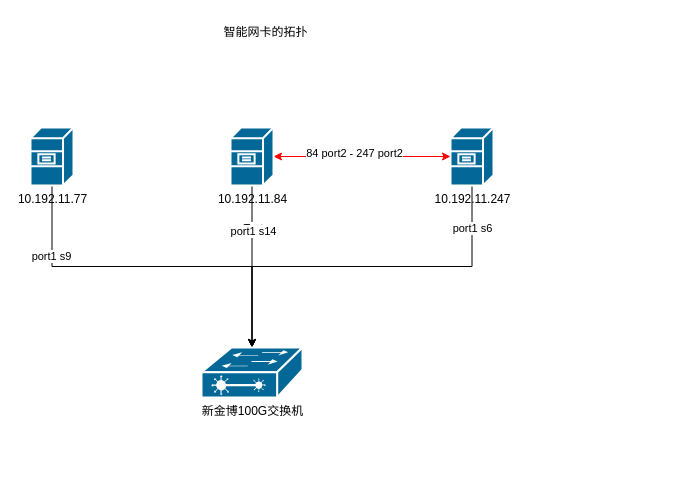
Earlier version of the draw.io diagram 新金博拓扑.drawio (poetlife/diagrams). Source tidied: cells renumbered, new cells numbered last; positions are measured from the earlier drawing's top-left corner, leaving out a move shared by most shapes. Both pictures are drawn from the tidied source at 100%, with x=0, y=0 at pixel (30, 17).
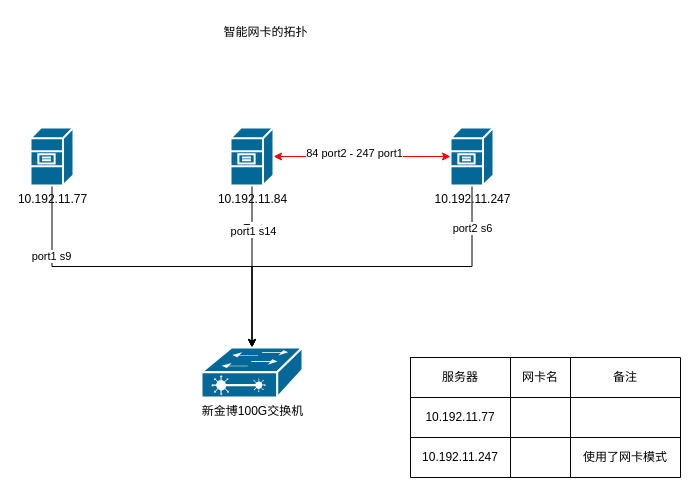
After the change.

Commit message (it also covers changes not shown here):
更新新金博拓扑.drawio

The change refers to these unchanged cells:
```xml
<mxCell id="5" style="edgeStyle=orthogonalEdgeStyle;rounded=0;jettySize=auto;html=1;exitX=0.5;exitY=1;exitDx=0;exitDy=0;exitPerimeter=0;entryX=0.5;entryY=0;entryDx=0;entryDy=0;entryPerimeter=0;" parent="1" edge="1" source="7" target="15">
  <mxGeometry relative="1" as="geometry" />
</mxCell>
<mxCell id="11" style="edgeStyle=orthogonalEdgeStyle;rounded=0;jettySize=auto;html=1;exitX=1;exitY=0.5;exitDx=0;exitDy=0;exitPerimeter=0;entryX=0;entryY=0.5;entryDx=0;entryDy=0;entryPerimeter=0;strokeColor=#FF0000;startArrow=classic;startFill=1;" parent="1" edge="1" source="13" target="7">
  <mxGeometry relative="1" as="geometry" />
</mxCell>
```

What changed in the source:
```diff
@@
-    <mxCell id="6" value="port1 s6" style="edgeLabel;html=1;align=center;verticalAlign=middle;" parent="5" vertex="1">
+    <mxCell id="6" value="port2 s6" style="edgeLabel;html=1;align=center;verticalAlign=middle;" parent="5" vertex="1">
       <mxGeometry x="-0.78" relative="1" as="geometry" />
     </mxCell>
@@
-    <mxCell id="12" value="84 port2 - 247 port2" style="edgeLabel;html=1;align=center;verticalAlign=middle;" parent="11" vertex="1">
+    <mxCell id="12" value="84 port2 - 247 port1" style="edgeLabel;html=1;align=center;verticalAlign=middle;" parent="11" vertex="1">
       <mxGeometry x="-0.1" y="4" relative="1" as="geometry" />
     </mxCell>
@@
+    <mxCell id="16" style="shape=table;startSize=0;childLayout=tableLayout;" parent="1" vertex="1">
+      <mxGeometry x="380" y="340" width="270" height="120" as="geometry" />
+    </mxCell>
+    <mxCell id="17" style="shape=tableRow;horizontal=0;startSize=0;swimlaneHead=0;swimlaneBody=0;strokeColor=inherit;top=0;left=0;bottom=0;right=0;fillColor=none;" parent="16" vertex="1">
+      <mxGeometry width="270" height="40" as="geometry" />
+    </mxCell>
+    <mxCell id="18" value="服务器" style="shape=partialRectangle;html=1;whiteSpace=wrap;strokeColor=inherit;overflow=hidden;fillColor=none;top=0;left=0;bottom=0;right=0;" parent="17" vertex="1">
+      <mxGeometry width="100" height="40" as="geometry" />
+    </mxCell>
+    <mxCell id="19" value="网卡名" style="shape=partialRectangle;html=1;whiteSpace=wrap;strokeColor=inherit;overflow=hidden;fillColor=none;top=0;left=0;bottom=0;right=0;" parent="17" vertex="1">
+      <mxGeometry x="100" width="60" height="40" as="geometry" />
+    </mxCell>
+    <mxCell id="20" value="备注" style="shape=partialRectangle;html=1;whiteSpace=wrap;strokeColor=inherit;overflow=hidden;fillColor=none;top=0;left=0;bottom=0;right=0;" parent="17" vertex="1">
+      <mxGeometry x="160" width="110" height="40" as="geometry" />
+    </mxCell>
+    <mxCell id="21" style="shape=tableRow;horizontal=0;startSize=0;swimlaneHead=0;swimlaneBody=0;strokeColor=inherit;top=0;left=0;bottom=0;right=0;fillColor=none;" parent="16" vertex="1">
+      <mxGeometry y="40" width="270" height="40" as="geometry" />
+    </mxCell>
+    <mxCell id="22" value="10.192.11.77" style="shape=partialRectangle;html=1;whiteSpace=wrap;strokeColor=inherit;overflow=hidden;fillColor=none;top=0;left=0;bottom=0;right=0;" parent="21" vertex="1">
+      <mxGeometry width="100" height="40" as="geometry" />
+    </mxCell>
+    <mxCell id="23" style="shape=partialRectangle;html=1;whiteSpace=wrap;strokeColor=inherit;overflow=hidden;fillColor=none;top=0;left=0;bottom=0;right=0;" parent="21" vertex="1">
+      <mxGeometry x="100" width="60" height="40" as="geometry" />
+    </mxCell>
+    <mxCell id="24" style="shape=partialRectangle;html=1;whiteSpace=wrap;strokeColor=inherit;overflow=hidden;fillColor=none;top=0;left=0;bottom=0;right=0;" parent="21" vertex="1">
+      <mxGeometry x="160" width="110" height="40" as="geometry" />
+    </mxCell>
+    <mxCell id="25" style="shape=tableRow;horizontal=0;startSize=0;swimlaneHead=0;swimlaneBody=0;strokeColor=inherit;top=0;left=0;bottom=0;right=0;fillColor=none;" parent="16" vertex="1">
+      <mxGeometry y="80" width="270" height="40" as="geometry" />
+    </mxCell>
+    <mxCell id="26" value="10.192.11.247" style="shape=partialRectangle;html=1;whiteSpace=wrap;strokeColor=inherit;overflow=hidden;fillColor=none;top=0;left=0;bottom=0;right=0;" parent="25" vertex="1">
+      <mxGeometry width="100" height="40" as="geometry" />
+    </mxCell>
+    <mxCell id="27" style="shape=partialRectangle;html=1;whiteSpace=wrap;strokeColor=inherit;overflow=hidden;fillColor=none;top=0;left=0;bottom=0;right=0;" parent="25" vertex="1">
+      <mxGeometry x="100" width="60" height="40" as="geometry" />
+    </mxCell>
+    <mxCell id="28" value="使用了网卡模式" style="shape=partialRectangle;html=1;whiteSpace=wrap;strokeColor=inherit;overflow=hidden;fillColor=none;top=0;left=0;bottom=0;right=0;" parent="25" vertex="1">
+      <mxGeometry x="160" width="110" height="40" as="geometry" />
+    </mxCell>
```
